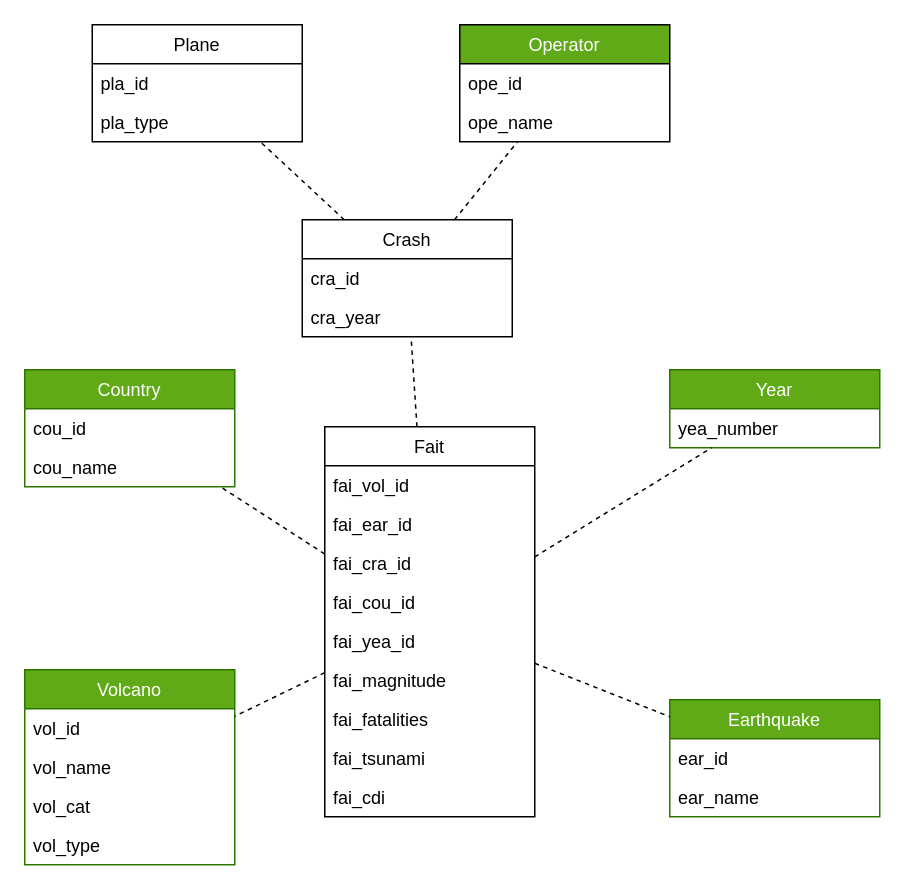
Above: projmod.drawio in MarcVo00/BiProject (draw.io), before the change. Source tidied: cells renumbered, new cells numbered last; positions are measured from the earlier drawing's top-left corner, leaving out a move shared by most shapes. Both pictures are drawn from the tidied source at 150%, with x=0, y=0 at pixel (24, 24).
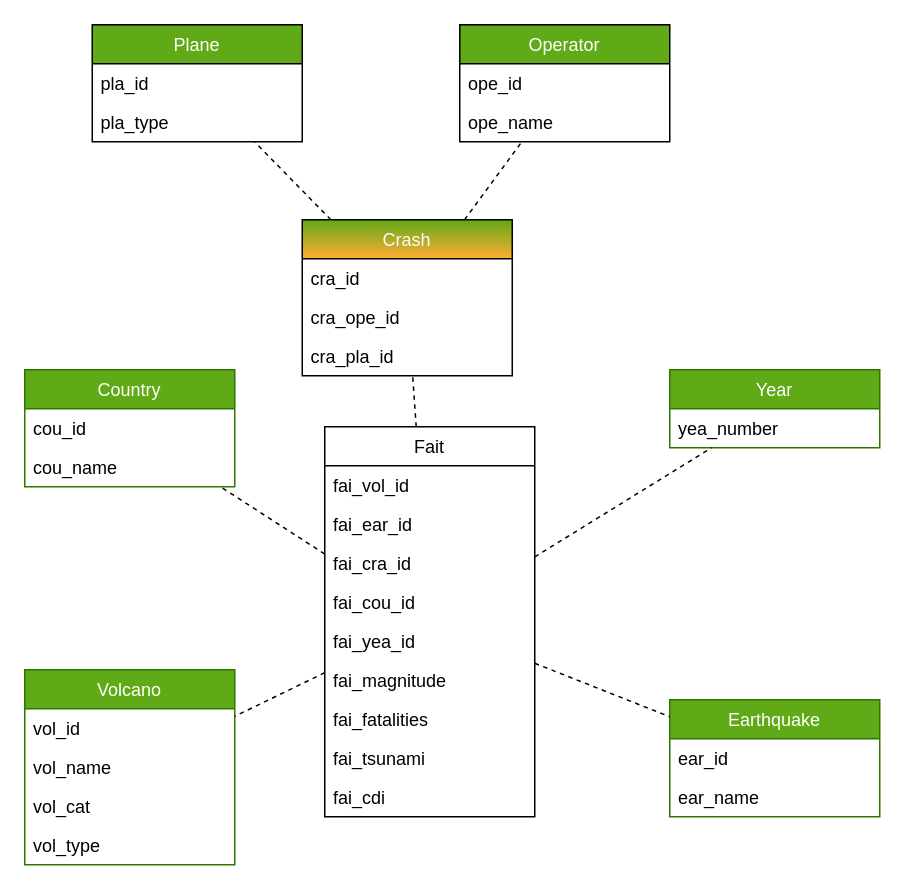
After the change.

Commit message:
operator plane et crash sans country

What changed in the source:
```diff
@@
-    <mxCell id="13" value="Plane" style="swimlane;fontStyle=0;horizontal=1;startSize=26;fillColor=none;" parent="1" vertex="1">
+    <mxCell id="13" value="Plane" style="swimlane;fontStyle=0;horizontal=1;startSize=26;fillColor=#60A917;fontColor=#FFFFFF;" parent="1" vertex="1">
       <mxGeometry x="45" width="140" height="78" as="geometry" />
     </mxCell>
@@
-    <mxCell id="18" value="Crash" style="swimlane;fontStyle=0;horizontal=1;startSize=26;fillColor=none;" parent="1" vertex="1">
-      <mxGeometry x="185" y="130" width="140" height="78" as="geometry" />
+    <mxCell id="18" value="Crash" style="swimlane;fontStyle=0;horizontal=1;startSize=26;fillColor=#60A917;fontColor=#FAFCFF;gradientColor=#FFAD33;" parent="1" vertex="1">
+      <mxGeometry x="185" y="130" width="140" height="104" as="geometry" />
     </mxCell>
@@
-    <mxCell id="20" value="cra_year" style="text;strokeColor=none;fillColor=none;align=left;verticalAlign=top;spacingLeft=4;spacingRight=4;overflow=hidden;" parent="18" vertex="1">
-      <mxGeometry y="52" width="140" height="26" as="geometry" />
-    </mxCell>
+    <mxCell id="41" value="cra_ope_id" style="text;strokeColor=none;fillColor=none;align=left;verticalAlign=top;spacingLeft=4;spacingRight=4;overflow=hidden;" parent="18" vertex="1">
+      <mxGeometry y="52" width="140" height="26" as="geometry" />
+    </mxCell>
+    <mxCell id="42" value="cra_pla_id" style="text;strokeColor=none;fillColor=none;align=left;verticalAlign=top;spacingLeft=4;spacingRight=4;overflow=hidden;" parent="18" vertex="1">
+      <mxGeometry y="78" width="140" height="26" as="geometry" />
+    </mxCell>
```
